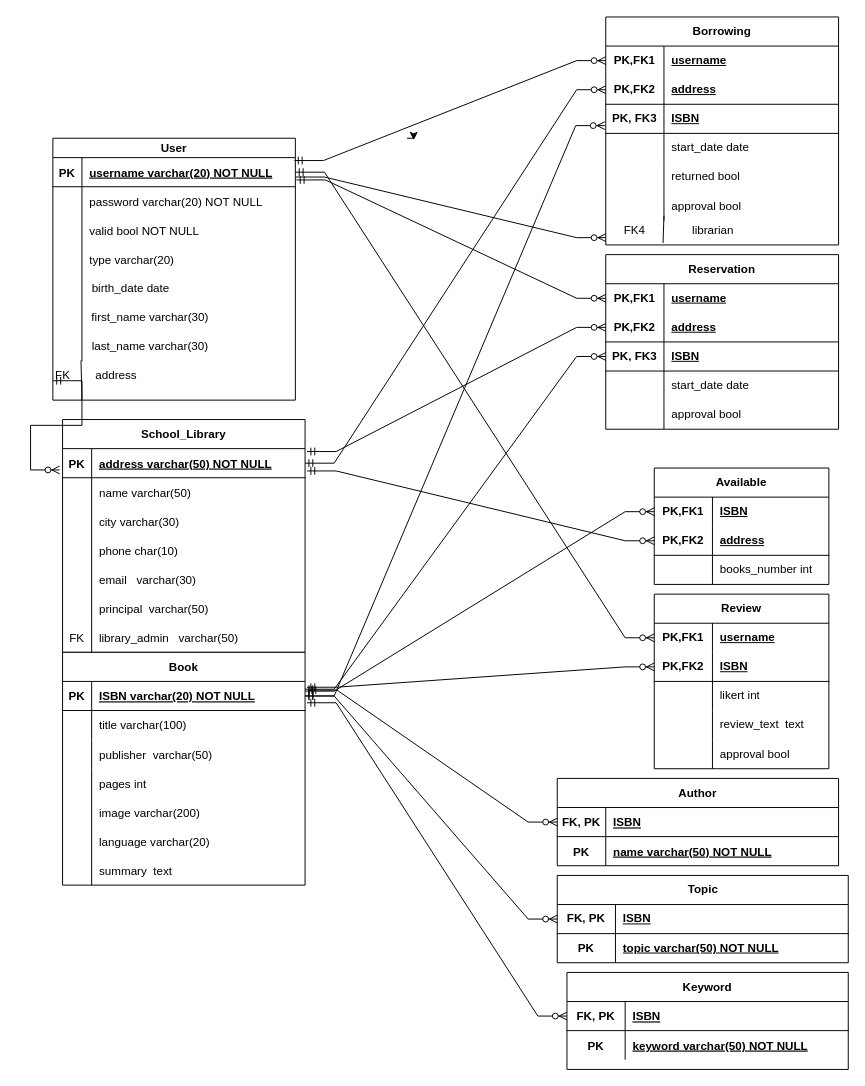
Above: Relational Schema.drawio in ntua-el20069/school-library-app (draw.io), before the change. Source tidied: cells renumbered, new cells numbered last; positions are measured from the earlier drawing's top-left corner, leaving out a move shared by most shapes. Both pictures are drawn from the tidied source at 97%, with x=0, y=0 at pixel (43, 16).
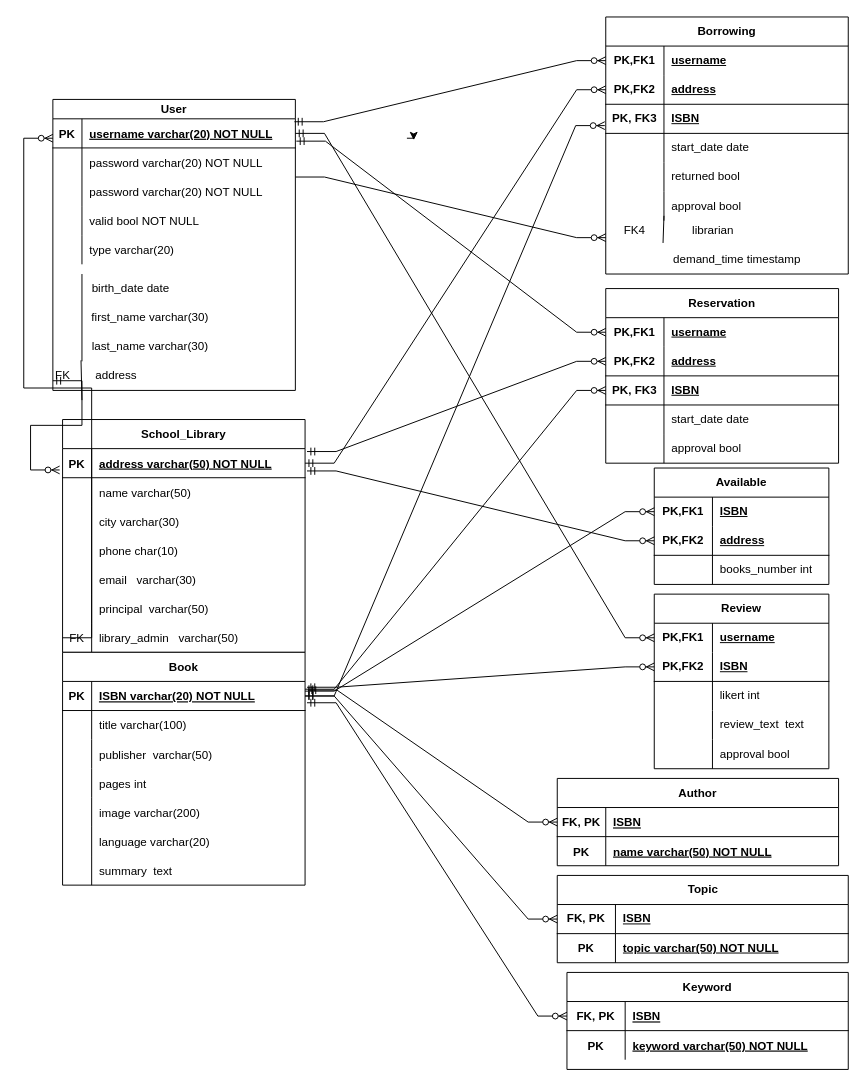
The same page after the edit.

Commit message:
Relational Schema - added demand_time, library_admin (FK), deleted Signup_Approval

The change refers to these unchanged cells:
```xml
<mxCell id="41" style="shape=partialRectangle;fillColor=none;points=[[0,0.5],[1,0.5]];portConstraint=eastwest;top=0;left=0;right=0;bottom=0;" parent="22" vertex="1">
  <mxGeometry y="210" width="250" height="30" as="geometry" />
</mxCell>
```

The edit, as a diff of the source:
```diff
@@
     <mxCell id="9" value="User" style="shape=table;startSize=20;childLayout=tableLayout;rowLines=0;fontStyle=1;align=center;" parent="1" vertex="1">
-      <mxGeometry x="10" y="125" width="250" height="270" as="geometry" />
+      <mxGeometry x="10" y="85" width="250" height="300" as="geometry" />
     </mxCell>
@@
+    <mxCell id="168" style="shape=partialRectangle;fillColor=none;top=0;left=0;right=0;bottom=0;" parent="9" vertex="1">
+      <mxGeometry y="50" width="250" height="30" as="geometry" />
+    </mxCell>
+    <mxCell id="169" style="shape=partialRectangle;overflow=hidden;fillColor=none;top=0;left=0;bottom=0;right=0;" parent="168" vertex="1">
+      <mxGeometry width="30" height="30" as="geometry" />
+    </mxCell>
+    <mxCell id="170" value="password varchar(20) NOT NULL" style="shape=partialRectangle;overflow=hidden;fillColor=none;top=0;left=0;bottom=0;right=0;align=left;spacingLeft=6;" parent="168" vertex="1">
+      <mxGeometry x="30" width="220" height="30" as="geometry" />
+    </mxCell>
     <mxCell id="13" style="shape=partialRectangle;fillColor=none;top=0;left=0;right=0;bottom=0;" parent="9" vertex="1">
-      <mxGeometry y="50" width="250" height="30" as="geometry" />
+      <mxGeometry y="80" width="250" height="30" as="geometry" />
     </mxCell>
@@
     <mxCell id="16" style="shape=partialRectangle;fillColor=none;top=0;left=0;right=0;bottom=0;" parent="9" vertex="1">
-      <mxGeometry y="80" width="250" height="30" as="geometry" />
+      <mxGeometry y="110" width="250" height="30" as="geometry" />
     </mxCell>
@@
     <mxCell id="19" style="shape=partialRectangle;fillColor=none;top=0;left=0;right=0;bottom=0;" parent="9" vertex="1">
-      <mxGeometry y="110" width="250" height="30" as="geometry" />
+      <mxGeometry y="140" width="250" height="30" as="geometry" />
     </mxCell>
@@
     <mxCell id="83" value="Borrowing" style="shape=table;startSize=30;childLayout=tableLayout;rowLines=0;fontStyle=1;align=center;html=1;whiteSpace=wrap;swimlaneLine=1;" parent="1" vertex="1">
-      <mxGeometry x="580" width="240" height="235" as="geometry" />
+      <mxGeometry x="580" width="250" height="265" as="geometry" />
     </mxCell>
     <mxCell id="84" style="shape=tableRow;horizontal=0;startSize=0;swimlaneHead=0;swimlaneBody=0;fillColor=none;points=[[0,0.5],[1,0.5]];portConstraint=eastwest;top=0;left=0;right=0;bottom=0;html=1;" parent="83" vertex="1">
-      <mxGeometry y="30" width="240" height="30" as="geometry" />
+      <mxGeometry y="30" width="250" height="30" as="geometry" />
     </mxCell>
@@
     <mxCell id="86" value="username" style="shape=partialRectangle;fillColor=none;top=0;left=0;bottom=0;right=0;align=left;spacingLeft=6;fontStyle=5;overflow=hidden;html=1;whiteSpace=wrap;" parent="84" vertex="1">
-      <mxGeometry x="60" width="180" height="30" as="geometry" />
+      <mxGeometry x="60" width="190" height="30" as="geometry" />
     </mxCell>
     <mxCell id="87" style="shape=tableRow;horizontal=0;startSize=0;swimlaneHead=0;swimlaneBody=0;fillColor=none;points=[[0,0.5],[1,0.5]];portConstraint=eastwest;top=0;left=0;right=0;bottom=1;html=1;" parent="83" vertex="1">
-      <mxGeometry y="60" width="240" height="30" as="geometry" />
+      <mxGeometry y="60" width="250" height="30" as="geometry" />
     </mxCell>
@@
     <mxCell id="89" value="address" style="shape=partialRectangle;fillColor=none;top=0;left=0;bottom=0;right=0;align=left;spacingLeft=6;fontStyle=5;overflow=hidden;html=1;whiteSpace=wrap;" parent="87" vertex="1">
-      <mxGeometry x="60" width="180" height="30" as="geometry" />
+      <mxGeometry x="60" width="190" height="30" as="geometry" />
     </mxCell>
     <mxCell id="90" style="shape=tableRow;horizontal=0;startSize=0;swimlaneHead=0;swimlaneBody=0;fillColor=none;points=[[0,0.5],[1,0.5]];portConstraint=eastwest;top=0;left=0;right=0;bottom=1;html=1;" parent="83" vertex="1">
-      <mxGeometry y="90" width="240" height="30" as="geometry" />
+      <mxGeometry y="90" width="250" height="30" as="geometry" />
     </mxCell>
@@
     <mxCell id="92" value="ISBN" style="shape=partialRectangle;fillColor=none;top=0;left=0;bottom=0;right=0;align=left;spacingLeft=6;fontStyle=5;overflow=hidden;html=1;whiteSpace=wrap;" parent="90" vertex="1">
-      <mxGeometry x="60" width="180" height="30" as="geometry" />
+      <mxGeometry x="60" width="190" height="30" as="geometry" />
     </mxCell>
     <mxCell id="93" style="shape=tableRow;horizontal=0;startSize=0;swimlaneHead=0;swimlaneBody=0;fillColor=none;top=0;left=0;right=0;bottom=0;html=1;" parent="83" vertex="1">
-      <mxGeometry y="120" width="240" height="30" as="geometry" />
+      <mxGeometry y="120" width="250" height="30" as="geometry" />
     </mxCell>
@@
     <mxCell id="95" value="start_date date" style="shape=partialRectangle;fillColor=none;top=0;left=0;bottom=0;right=0;align=left;spacingLeft=6;overflow=hidden;html=1;whiteSpace=wrap;" parent="93" vertex="1">
-      <mxGeometry x="60" width="180" height="30" as="geometry" />
+      <mxGeometry x="60" width="190" height="30" as="geometry" />
     </mxCell>
     <mxCell id="96" style="shape=tableRow;horizontal=0;startSize=0;swimlaneHead=0;swimlaneBody=0;fillColor=none;top=0;left=0;right=0;bottom=0;html=1;" parent="83" vertex="1">
-      <mxGeometry y="150" width="240" height="30" as="geometry" />
+      <mxGeometry y="150" width="250" height="30" as="geometry" />
     </mxCell>
@@
     <mxCell id="98" value="returned bool" style="shape=partialRectangle;fillColor=none;top=0;left=0;bottom=0;right=0;align=left;spacingLeft=6;overflow=hidden;html=1;whiteSpace=wrap;" parent="96" vertex="1">
-      <mxGeometry x="60" width="180" height="30" as="geometry" />
+      <mxGeometry x="60" width="190" height="30" as="geometry" />
     </mxCell>
     <mxCell id="99" style="shape=tableRow;horizontal=0;startSize=0;swimlaneHead=0;swimlaneBody=0;fillColor=none;top=0;left=0;right=0;bottom=0;html=1;" parent="83" vertex="1">
-      <mxGeometry y="180" width="240" height="30" as="geometry" />
+      <mxGeometry y="180" width="250" height="30" as="geometry" />
     </mxCell>
@@
     <mxCell id="101" value="approval bool" style="shape=partialRectangle;fillColor=none;top=0;left=0;bottom=0;right=0;align=left;spacingLeft=6;overflow=hidden;html=1;whiteSpace=wrap;" parent="99" vertex="1">
-      <mxGeometry x="60" width="180" height="30" as="geometry" />
+      <mxGeometry x="60" width="190" height="30" as="geometry" />
     </mxCell>
     <mxCell id="102" value="Reservation" style="shape=table;startSize=30;childLayout=tableLayout;rowLines=0;fontStyle=1;align=center;html=1;whiteSpace=wrap;swimlaneLine=1;" parent="1" vertex="1">
-      <mxGeometry x="580" y="245" width="240" height="180" as="geometry" />
+      <mxGeometry x="580" y="280" width="240" height="180" as="geometry" />
     </mxCell>
@@
+    <mxCell id="171" style="edgeStyle=entityRelationEdgeStyle;fontSize=12;html=1;endArrow=ERzeroToMany;endFill=1;rounded=0;exitX=0;exitY=0.5;exitDx=0;exitDy=0;" parent="1" edge="1" source="41">
+      <mxGeometry relative="1" as="geometry">
+        <mxPoint x="10" y="125" as="targetPoint" />
+      </mxGeometry>
+    </mxCell>
+    <mxCell id="172" value="demand_time timestamp" style="text;html=1;align=center;verticalAlign=middle;strokeColor=none;fillColor=none;" parent="1" vertex="1">
+      <mxGeometry x="640" y="235" width="150" height="30" as="geometry" />
+    </mxCell>
```
